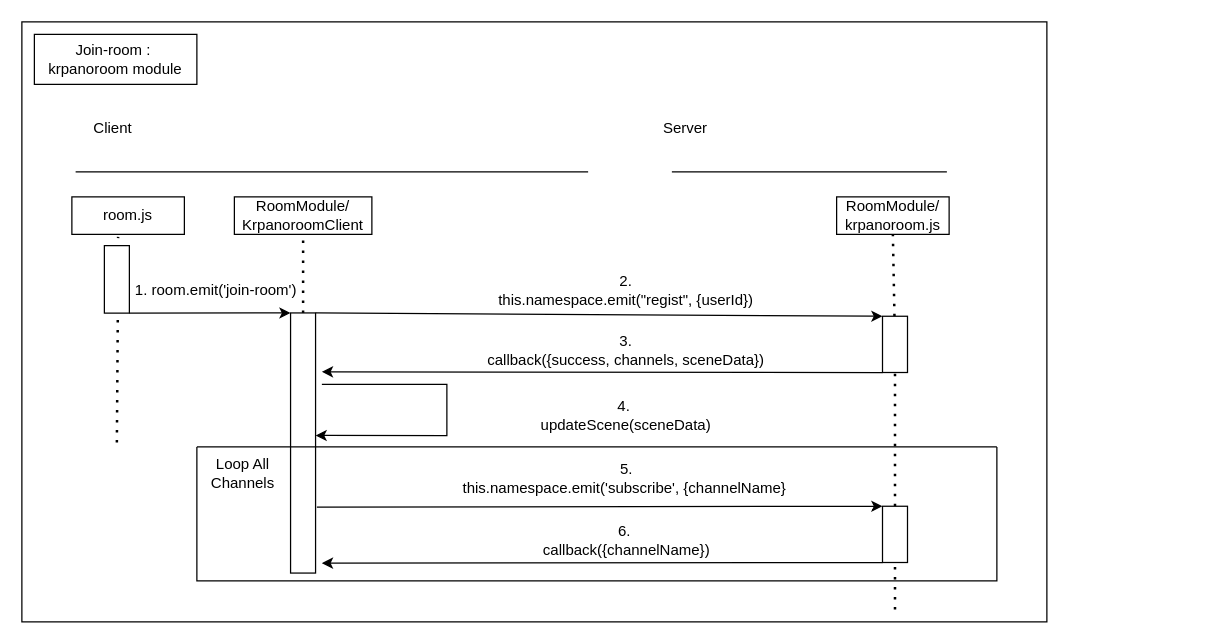
This is classroom-ultra-sequence diagram-chatroom join-room.drawio from doremi31618/Assets, a draw.io file, before an edit. Source tidied: cells renumbered, new cells numbered last; positions are measured from the earlier drawing's top-left corner, leaving out a move shared by most shapes. Both pictures are drawn from the tidied source at 125%, with x=0, y=0 at pixel (21, 21).
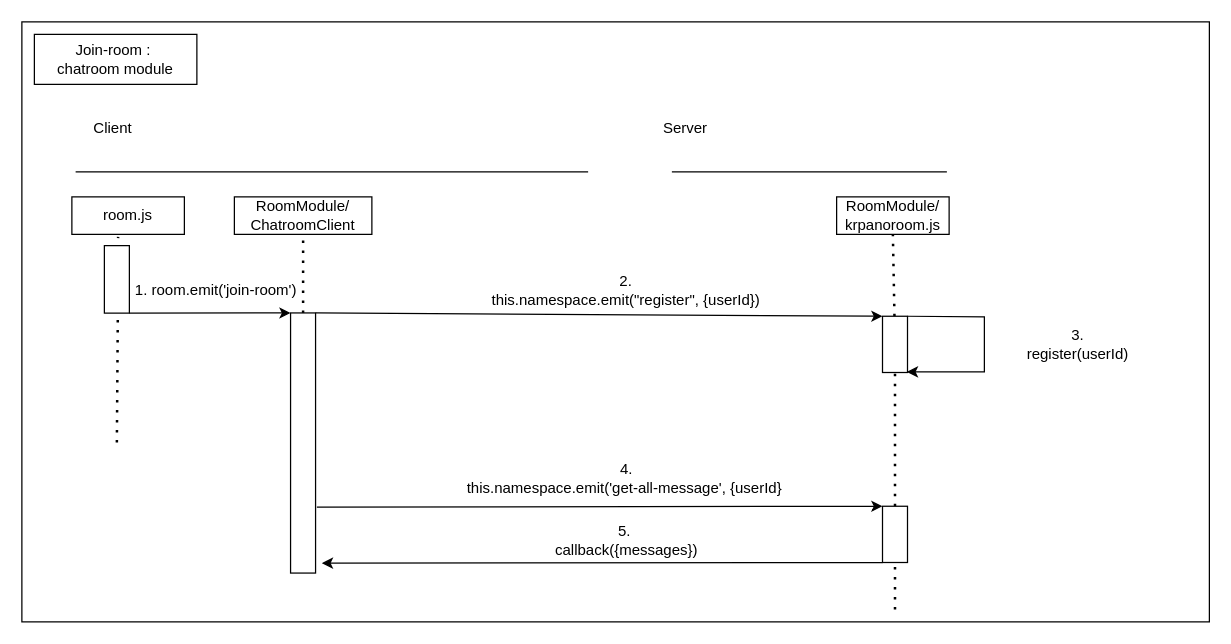
The same diagram, later.

The change refers to these unchanged cells:
```xml
<mxCell id="16" style="rounded=0;whiteSpace=wrap;html=1;rotation=90;" parent="1" vertex="1">
  <mxGeometry x="120.9" y="326.9" width="208.1" height="20" as="geometry" />
</mxCell>
<mxCell id="19" style="rounded=0;whiteSpace=wrap;html=1;rotation=90;spacing=4;" parent="1" vertex="1">
  <mxGeometry x="676" y="248" width="45" height="20" as="geometry" />
</mxCell>
```

The edit, as a diff of the source:
```diff
@@
     <mxCell id="2" style="rounded=0;whiteSpace=wrap;html=1;" parent="1" vertex="1">
-      <mxGeometry width="820" height="480" as="geometry" />
+      <mxGeometry width="950" height="480" as="geometry" />
     </mxCell>
@@
-    <mxCell id="14" value="Join-room :&amp;nbsp;&lt;br&gt;krpanoroom module" style="text;strokeColor=none;align=center;fillColor=none;html=1;verticalAlign=middle;whiteSpace=wrap;rounded=0;" parent="1" vertex="1">
+    <mxCell id="14" value="Join-room :&amp;nbsp;&lt;br&gt;chatroom module" style="text;strokeColor=none;align=center;fillColor=none;html=1;verticalAlign=middle;whiteSpace=wrap;rounded=0;" parent="1" vertex="1">
       <mxGeometry x="20" y="15" width="110" height="30" as="geometry" />
     </mxCell>
-    <mxCell id="15" value="RoomModule/&lt;br&gt;KrpanoroomClient" style="rounded=0;whiteSpace=wrap;html=1;" parent="1" vertex="1">
+    <mxCell id="15" value="RoomModule/&lt;br&gt;ChatroomClient" style="rounded=0;whiteSpace=wrap;html=1;" parent="1" vertex="1">
       <mxGeometry x="170" y="140" width="110" height="30" as="geometry" />
     </mxCell>
@@
-    <mxCell id="20" style="endArrow=none;dashed=1;html=1;dashPattern=1 3;strokeWidth=2;rounded=0;entryX=1;entryY=0.5;entryDx=0;entryDy=0;exitX=0;exitY=0.5;exitDx=0;exitDy=0;startArrow=none;" parent="1" edge="1" source="23" target="19">
-      <mxGeometry relative="1" as="geometry" />
+    <mxCell id="20" style="endArrow=none;dashed=1;html=1;dashPattern=1 3;strokeWidth=2;rounded=0;entryX=1;entryY=0.5;entryDx=0;entryDy=0;exitX=0;exitY=0.5;exitDx=0;exitDy=0;startArrow=none;" parent="1" edge="1" target="19">
+      <mxGeometry relative="1" as="geometry">
+        <mxPoint x="698.5" y="387.5" as="sourcePoint" />
+      </mxGeometry>
     </mxCell>
-    <mxCell id="21" style="swimlane;startSize=0;" parent="1" vertex="1">
-      <mxGeometry x="140" y="340" width="640" height="107.1" as="geometry" />
-    </mxCell>
-    <mxCell id="22" value="Loop All Channels" style="text;strokeColor=none;align=center;fillColor=none;html=1;verticalAlign=middle;whiteSpace=wrap;rounded=0;" parent="21" vertex="1">
-      <mxGeometry x="6.5" y="6" width="60" height="30" as="geometry" />
-    </mxCell>
-    <mxCell id="23" style="rounded=0;whiteSpace=wrap;html=1;rotation=90;spacing=4;" parent="21" vertex="1">
-      <mxGeometry x="536" y="60" width="45" height="20" as="geometry" />
-    </mxCell>
@@
-    <mxCell id="26" value="2. &lt;br&gt;this.namespace.emit(&quot;regist&quot;, {userId})" style="text;strokeColor=none;align=center;fillColor=none;html=1;verticalAlign=middle;whiteSpace=wrap;rounded=0;" parent="1" vertex="1">
+    <mxCell id="26" value="2. &lt;br&gt;this.namespace.emit(&quot;register&quot;, {userId})" style="text;strokeColor=none;align=center;fillColor=none;html=1;verticalAlign=middle;whiteSpace=wrap;rounded=0;" parent="1" vertex="1">
       <mxGeometry x="370" y="200" width="227.4" height="30" as="geometry" />
     </mxCell>
-    <mxCell id="27" style="endArrow=classic;html=1;rounded=0;exitX=1;exitY=1;exitDx=0;exitDy=0;" parent="1" edge="1" source="19">
-      <mxGeometry relative="1" as="geometry">
-        <mxPoint x="240" y="280" as="targetPoint" />
-      </mxGeometry>
-    </mxCell>
-    <mxCell id="28" value="3.&lt;br&gt;callback({success, channels, sceneData})" style="text;strokeColor=none;align=center;fillColor=none;html=1;verticalAlign=middle;whiteSpace=wrap;rounded=0;" parent="1" vertex="1">
-      <mxGeometry x="370" y="248" width="227.4" height="30" as="geometry" />
-    </mxCell>
-    <mxCell id="29" style="endArrow=none;dashed=1;html=1;dashPattern=1 3;strokeWidth=2;rounded=0;entryX=1;entryY=0.5;entryDx=0;entryDy=0;exitX=0;exitY=0.5;exitDx=0;exitDy=0;startArrow=none;" parent="1" edge="1" target="23">
+    <mxCell id="29" style="endArrow=none;dashed=1;html=1;dashPattern=1 3;strokeWidth=2;rounded=0;entryX=1;entryY=0.5;entryDx=0;entryDy=0;exitX=0;exitY=0.5;exitDx=0;exitDy=0;startArrow=none;" parent="1" edge="1">
       <mxGeometry relative="1" as="geometry">
         <mxPoint x="698.5" y="470" as="sourcePoint" />
+        <mxPoint x="698.5" y="432.5" as="targetPoint" />
       </mxGeometry>
     </mxCell>
-    <mxCell id="30" style="endArrow=classic;html=1;rounded=0;entryX=0;entryY=1;entryDx=0;entryDy=0;exitX=0.294;exitY=-0.05;exitDx=0;exitDy=0;exitPerimeter=0;" parent="1" edge="1" target="23">
+    <mxCell id="30" style="endArrow=classic;html=1;rounded=0;entryX=0;entryY=1;entryDx=0;entryDy=0;exitX=0.294;exitY=-0.05;exitDx=0;exitDy=0;exitPerimeter=0;" parent="1" edge="1">
       <mxGeometry relative="1" as="geometry">
         <mxPoint x="236" y="388.2" as="sourcePoint" />
+        <mxPoint x="688.5" y="387.5" as="targetPoint" />
       </mxGeometry>
     </mxCell>
-    <mxCell id="31" value="5.&lt;br&gt;this.namespace.emit('subscribe', {channelName}&amp;nbsp;" style="text;strokeColor=none;align=center;fillColor=none;html=1;verticalAlign=middle;whiteSpace=wrap;rounded=0;" parent="1" vertex="1">
+    <mxCell id="31" value="4.&lt;br&gt;this.namespace.emit('get-all-message', {userId}&amp;nbsp;" style="text;strokeColor=none;align=center;fillColor=none;html=1;verticalAlign=middle;whiteSpace=wrap;rounded=0;" parent="1" vertex="1">
       <mxGeometry x="338.7" y="350" width="290" height="30" as="geometry" />
     </mxCell>
-    <mxCell id="32" style="endArrow=classic;html=1;rounded=0;entryX=0.471;entryY=0;entryDx=0;entryDy=0;entryPerimeter=0;" parent="1" edge="1" target="16">
-      <mxGeometry relative="1" as="geometry">
-        <mxPoint x="240" y="290" as="sourcePoint" />
-        <Array as="points">
-          <mxPoint x="340" y="290" />
-          <mxPoint x="340" y="331" />
-        </Array>
-      </mxGeometry>
-    </mxCell>
-    <mxCell id="33" value="4.&amp;nbsp;&lt;br&gt;updateScene(sceneData)" style="text;strokeColor=none;align=center;fillColor=none;html=1;verticalAlign=middle;whiteSpace=wrap;rounded=0;" parent="1" vertex="1">
-      <mxGeometry x="353" y="300" width="261.3" height="30" as="geometry" />
-    </mxCell>
-    <mxCell id="34" style="endArrow=classic;html=1;rounded=0;exitX=1;exitY=1;exitDx=0;exitDy=0;" parent="1" edge="1" source="23">
+    <mxCell id="34" style="endArrow=classic;html=1;rounded=0;exitX=1;exitY=1;exitDx=0;exitDy=0;" parent="1" edge="1">
       <mxGeometry relative="1" as="geometry">
+        <mxPoint x="688.5" y="432.5" as="sourcePoint" />
         <mxPoint x="240" y="433" as="targetPoint" />
       </mxGeometry>
     </mxCell>
-    <mxCell id="35" value="6.&amp;nbsp;&lt;br&gt;callback({channelName})" style="text;strokeColor=none;align=center;fillColor=none;html=1;verticalAlign=middle;whiteSpace=wrap;rounded=0;" parent="1" vertex="1">
+    <mxCell id="35" value="5.&amp;nbsp;&lt;br&gt;callback({messages})" style="text;strokeColor=none;align=center;fillColor=none;html=1;verticalAlign=middle;whiteSpace=wrap;rounded=0;" parent="1" vertex="1">
       <mxGeometry x="338.7" y="400" width="290" height="30" as="geometry" />
     </mxCell>
+    <mxCell id="36" style="rounded=0;whiteSpace=wrap;html=1;rotation=90;spacing=4;" parent="1" vertex="1">
+      <mxGeometry x="676" y="400" width="45" height="20" as="geometry" />
+    </mxCell>
+    <mxCell id="37" style="endArrow=classic;html=1;rounded=0;exitX=0;exitY=0;exitDx=0;exitDy=0;" parent="1" edge="1" source="19">
+      <mxGeometry relative="1" as="geometry">
+        <mxPoint x="708" y="280" as="targetPoint" />
+        <Array as="points">
+          <mxPoint x="770" y="236" />
+          <mxPoint x="770" y="280" />
+        </Array>
+      </mxGeometry>
+    </mxCell>
+    <mxCell id="38" value="3. &lt;br&gt;register(userId)" style="text;strokeColor=none;align=center;fillColor=none;html=1;verticalAlign=middle;whiteSpace=wrap;rounded=0;" parent="1" vertex="1">
+      <mxGeometry x="790" y="243" width="110" height="30" as="geometry" />
+    </mxCell>
```
